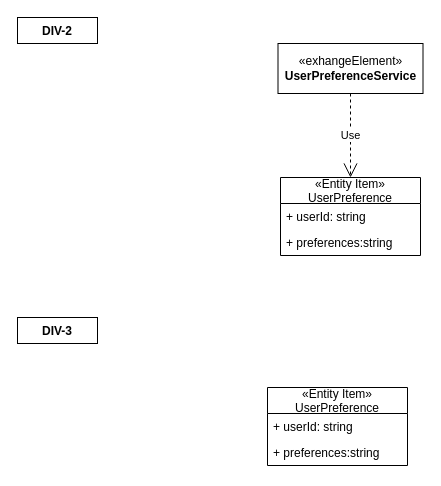
Earlier version of the draw.io diagram page "DIV Diagrams" (7 of 7) of Drawings/Microservices/UserPreferences/User Preference.drawio (RMSLowside/rmslow). Source tidied: cells renumbered, new cells numbered last; positions are measured from the earlier drawing's top-left corner, leaving out a move shared by most shapes. Both pictures are drawn from the tidied source at 100%, with x=0, y=0 at pixel (17, 17).
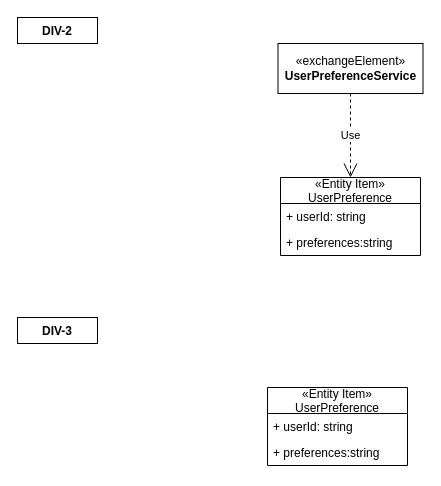
Above is the later version.

Diff of the diagram source:
```diff
@@
 <mxGraphModel>
   <root>
     <mxCell id="0" />
     <mxCell id="1" parent="0" />
     <mxCell id="2" value="DIV-2" style="text;align=center;fontStyle=1;verticalAlign=middle;spacingLeft=3;spacingRight=3;strokeColor=#000000;" parent="1" vertex="1">
       <mxGeometry width="80" height="26" as="geometry" />
     </mxCell>
     <mxCell id="3" value="DIV-3" style="text;align=center;fontStyle=1;verticalAlign=middle;spacingLeft=3;spacingRight=3;strokeColor=#000000;" parent="1" vertex="1">
       <mxGeometry y="300" width="80" height="26" as="geometry" />
     </mxCell>
     <mxCell id="4" value="«Entity Item»&#10;UserPreference" style="swimlane;fontStyle=0;horizontal=1;startSize=26;fillColor=none;" parent="1" vertex="1">
       <mxGeometry x="263" y="160" width="140" height="78" as="geometry" />
     </mxCell>
     <mxCell id="5" value="+ userId: string" style="text;strokeColor=none;fillColor=none;align=left;verticalAlign=top;spacingLeft=4;spacingRight=4;overflow=hidden;" parent="4" vertex="1">
       <mxGeometry y="26" width="140" height="26" as="geometry" />
     </mxCell>
     <mxCell id="6" value="+ preferences:string" style="text;strokeColor=none;fillColor=none;align=left;verticalAlign=top;spacingLeft=4;spacingRight=4;overflow=hidden;" parent="4" vertex="1">
       <mxGeometry y="52" width="140" height="26" as="geometry" />
     </mxCell>
-    <mxCell id="7" value="«exhangeElement»&lt;br&gt;&lt;div&gt;&lt;b&gt;UserPreferenceService&lt;/b&gt;&lt;/div&gt;" style="html=1;" parent="1" vertex="1">
+    <mxCell id="7" value="«exchangeElement»&lt;br&gt;&lt;div&gt;&lt;b&gt;UserPreferenceService&lt;/b&gt;&lt;/div&gt;" style="html=1;" parent="1" vertex="1">
       <mxGeometry x="260.5" y="26" width="145" height="50" as="geometry" />
     </mxCell>
     <mxCell id="8" value="Use" style="endArrow=open;endSize=12;dashed=1;html=1;exitX=0.5;exitY=1;exitDx=0;exitDy=0;" parent="1" edge="1" source="7" target="4">
       <mxGeometry relative="1" as="geometry" />
     </mxCell>
     <mxCell id="9" value="«Entity Item»&#10;UserPreference" style="swimlane;fontStyle=0;horizontal=1;startSize=26;fillColor=none;" parent="1" vertex="1">
       <mxGeometry x="250" y="370" width="140" height="78" as="geometry" />
     </mxCell>
     <mxCell id="10" value="+ userId: string" style="text;strokeColor=none;fillColor=none;align=left;verticalAlign=top;spacingLeft=4;spacingRight=4;overflow=hidden;" parent="9" vertex="1">
       <mxGeometry y="26" width="140" height="26" as="geometry" />
     </mxCell>
     <mxCell id="11" value="+ preferences:string" style="text;strokeColor=none;fillColor=none;align=left;verticalAlign=top;spacingLeft=4;spacingRight=4;overflow=hidden;" parent="9" vertex="1">
       <mxGeometry y="52" width="140" height="26" as="geometry" />
     </mxCell>
   </root>
 </mxGraphModel>
```
